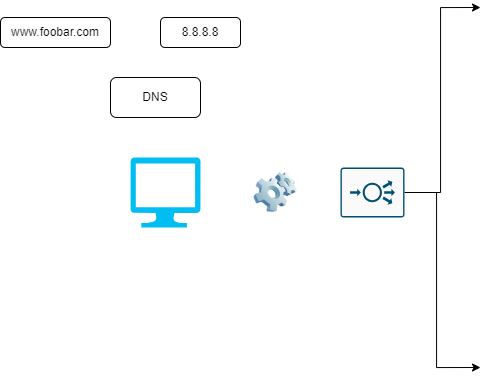
Before: 0x09-web_infrastructure_design/Distributed web infrastructure.Diagram.drawio.png, a diagram exported from draw.io (Michael-shambel/alx-system_engineering-devops). Source tidied: cells renumbered, new cells last; positions are measured from the earlier drawing's top-left corner, leaving out a move shared by most shapes. The source it was exported from:
```xml
<mxGraphModel>
  <root>
    <mxCell id="0" />
    <mxCell id="1" parent="0" />
    <mxCell id="2" value="8.8.8.8" style="rounded=1;whiteSpace=wrap;html=1;" parent="1" vertex="1">
      <mxGeometry x="160" y="10" width="80" height="30" as="geometry" />
    </mxCell>
    <mxCell id="3" style="edgeStyle=orthogonalEdgeStyle;rounded=0;jettySize=auto;html=1;exitX=0.5;exitY=1;exitDx=0;exitDy=0;" parent="1" edge="1" source="4">
      <mxGeometry relative="1" as="geometry">
        <mxPoint x="55.7" y="40" as="targetPoint" />
      </mxGeometry>
    </mxCell>
    <mxCell id="4" value="www.foobar.com" style="rounded=1;whiteSpace=wrap;html=1;" parent="1" vertex="1">
      <mxGeometry y="10" width="110" height="30" as="geometry" />
    </mxCell>
    <mxCell id="5" value="DNS" style="rounded=1;whiteSpace=wrap;html=1;" parent="1" vertex="1">
      <mxGeometry x="110" y="70" width="90" height="40" as="geometry" />
    </mxCell>
    <mxCell id="6" style="verticalLabelPosition=bottom;html=1;verticalAlign=top;align=center;strokeColor=none;fillColor=#00BEF2;shape=mxgraph.azure.computer;" parent="1" vertex="1">
      <mxGeometry x="130" y="150" width="70" height="70" as="geometry" />
    </mxCell>
    <mxCell id="7" style="image;html=1;image=img/lib/clip_art/computers/Software_128x128.png;" parent="1" vertex="1">
      <mxGeometry x="250" y="165" width="50" height="40" as="geometry" />
    </mxCell>
    <mxCell id="8" style="edgeStyle=orthogonalEdgeStyle;rounded=0;jettySize=auto;html=1;exitX=1;exitY=0.5;exitDx=0;exitDy=0;exitPerimeter=0;" parent="1" edge="1" source="10">
      <mxGeometry relative="1" as="geometry">
        <mxPoint x="480" as="targetPoint" />
        <Array as="points">
          <mxPoint x="440" y="185" />
          <mxPoint x="440" />
        </Array>
      </mxGeometry>
    </mxCell>
    <mxCell id="9" style="edgeStyle=orthogonalEdgeStyle;rounded=0;orthogonalLoop=1;jettySize=auto;html=1;exitX=1;exitY=0.5;exitDx=0;exitDy=0;exitPerimeter=0;" parent="1" edge="1">
      <mxGeometry relative="1" as="geometry">
        <mxPoint x="360" y="185" as="sourcePoint" />
        <mxPoint x="480" y="360" as="targetPoint" />
        <Array as="points">
          <mxPoint x="436" y="185" />
        </Array>
      </mxGeometry>
    </mxCell>
    <mxCell id="10" style="sketch=0;points=[[0.015,0.015,0],[0.985,0.015,0],[0.985,0.985,0],[0.015,0.985,0],[0.25,0,0],[0.5,0,0],[0.75,0,0],[1,0.25,0],[1,0.5,0],[1,0.75,0],[0.75,1,0],[0.5,1,0],[0.25,1,0],[0,0.75,0],[0,0.5,0],[0,0.25,0]];verticalLabelPosition=bottom;html=1;verticalAlign=top;align=center;shape=mxgraph.cisco19.rect;prIcon=load_balancer;fillColor=#FAFAFA;strokeColor=#005073;" parent="1" vertex="1">
      <mxGeometry x="340" y="160" width="64" height="50" as="geometry" />
    </mxCell>
  </root>
</mxGraphModel>
```
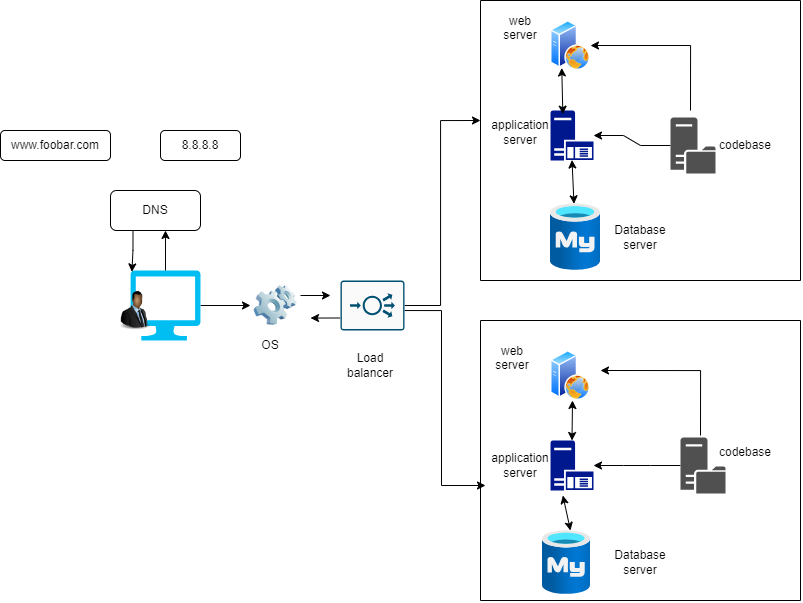
After the change.

Change to the diagram source:
```diff
@@ -16,32 +16,193 @@
     <mxCell id="5" value="DNS" style="rounded=1;whiteSpace=wrap;html=1;" parent="1" vertex="1">
       <mxGeometry x="110" y="70" width="90" height="40" as="geometry" />
     </mxCell>
+    <mxCell id="11" style="edgeStyle=orthogonalEdgeStyle;rounded=0;jettySize=auto;html=1;exitX=1;exitY=0.5;exitDx=0;exitDy=0;exitPerimeter=0;entryX=0;entryY=0.5;entryDx=0;entryDy=0;" parent="1" edge="1" source="6" target="7">
+      <mxGeometry relative="1" as="geometry" />
+    </mxCell>
     <mxCell id="6" style="verticalLabelPosition=bottom;html=1;verticalAlign=top;align=center;strokeColor=none;fillColor=#00BEF2;shape=mxgraph.azure.computer;" parent="1" vertex="1">
       <mxGeometry x="130" y="150" width="70" height="70" as="geometry" />
     </mxCell>
+    <mxCell id="12" style="edgeStyle=orthogonalEdgeStyle;rounded=0;jettySize=auto;html=1;exitX=1;exitY=0.25;exitDx=0;exitDy=0;" parent="1" edge="1" source="7">
+      <mxGeometry relative="1" as="geometry">
+        <mxPoint x="330" y="175" as="targetPoint" />
+      </mxGeometry>
+    </mxCell>
+    <mxCell id="8" style="edgeStyle=orthogonalEdgeStyle;rounded=0;jettySize=auto;html=1;exitX=1;exitY=0.5;exitDx=0;exitDy=0;exitPerimeter=0;" parent="1" edge="1" source="10">
+      <mxGeometry relative="1" as="geometry">
+        <mxPoint x="480" as="targetPoint" />
+        <Array as="points">
+          <mxPoint x="440" y="185" />
+          <mxPoint x="440" />
+        </Array>
+      </mxGeometry>
+    </mxCell>
     <mxCell id="7" style="image;html=1;image=img/lib/clip_art/computers/Software_128x128.png;" parent="1" vertex="1">
       <mxGeometry x="250" y="165" width="50" height="40" as="geometry" />
     </mxCell>
-    <mxCell id="8" style="edgeStyle=orthogonalEdgeStyle;rounded=0;jettySize=auto;html=1;exitX=1;exitY=0.5;exitDx=0;exitDy=0;exitPerimeter=0;" parent="1" edge="1" source="10">
-      <mxGeometry relative="1" as="geometry">
-        <mxPoint x="480" as="targetPoint" />
-        <Array as="points">
-          <mxPoint x="440" y="185" />
-          <mxPoint x="440" />
-        </Array>
-      </mxGeometry>
-    </mxCell>
     <mxCell id="9" style="edgeStyle=orthogonalEdgeStyle;rounded=0;orthogonalLoop=1;jettySize=auto;html=1;exitX=1;exitY=0.5;exitDx=0;exitDy=0;exitPerimeter=0;" parent="1" edge="1">
       <mxGeometry relative="1" as="geometry">
-        <mxPoint x="360" y="185" as="sourcePoint" />
-        <mxPoint x="480" y="360" as="targetPoint" />
+        <mxPoint x="365" y="190" as="sourcePoint" />
+        <mxPoint x="485" y="365" as="targetPoint" />
         <Array as="points">
-          <mxPoint x="436" y="185" />
+          <mxPoint x="441" y="190" />
         </Array>
       </mxGeometry>
     </mxCell>
+    <mxCell id="13" style="edgeStyle=orthogonalEdgeStyle;rounded=0;jettySize=auto;html=1;exitX=0;exitY=0.75;exitDx=0;exitDy=0;exitPerimeter=0;" parent="1" edge="1" source="10">
+      <mxGeometry relative="1" as="geometry">
+        <mxPoint x="310" y="197.7" as="targetPoint" />
+      </mxGeometry>
+    </mxCell>
     <mxCell id="10" style="sketch=0;points=[[0.015,0.015,0],[0.985,0.015,0],[0.985,0.985,0],[0.015,0.985,0],[0.25,0,0],[0.5,0,0],[0.75,0,0],[1,0.25,0],[1,0.5,0],[1,0.75,0],[0.75,1,0],[0.5,1,0],[0.25,1,0],[0,0.75,0],[0,0.5,0],[0,0.25,0]];verticalLabelPosition=bottom;html=1;verticalAlign=top;align=center;shape=mxgraph.cisco19.rect;prIcon=load_balancer;fillColor=#FAFAFA;strokeColor=#005073;" parent="1" vertex="1">
       <mxGeometry x="340" y="160" width="64" height="50" as="geometry" />
     </mxCell>
+    <mxCell id="14" style="endArrow=none;html=1;rounded=0;" parent="1" edge="1">
+      <mxGeometry relative="1" as="geometry">
+        <mxPoint x="480" y="160" as="sourcePoint" />
+        <mxPoint x="480" y="-120" as="targetPoint" />
+      </mxGeometry>
+    </mxCell>
+    <mxCell id="15" style="endArrow=none;html=1;rounded=0;" parent="1" edge="1">
+      <mxGeometry relative="1" as="geometry">
+        <mxPoint x="480" y="160" as="sourcePoint" />
+        <mxPoint x="800" y="160" as="targetPoint" />
+      </mxGeometry>
+    </mxCell>
+    <mxCell id="16" style="endArrow=none;html=1;rounded=0;" parent="1" edge="1">
+      <mxGeometry relative="1" as="geometry">
+        <mxPoint x="480" y="-120" as="sourcePoint" />
+        <mxPoint x="800" y="-120" as="targetPoint" />
+      </mxGeometry>
+    </mxCell>
+    <mxCell id="17" style="endArrow=none;html=1;rounded=0;" parent="1" edge="1">
+      <mxGeometry relative="1" as="geometry">
+        <mxPoint x="800" y="160" as="sourcePoint" />
+        <mxPoint x="800" y="-120" as="targetPoint" />
+      </mxGeometry>
+    </mxCell>
+    <mxCell id="18" style="endArrow=none;html=1;rounded=0;" parent="1" edge="1">
+      <mxGeometry relative="1" as="geometry">
+        <mxPoint x="480" y="200" as="sourcePoint" />
+        <mxPoint x="800" y="200" as="targetPoint" />
+      </mxGeometry>
+    </mxCell>
+    <mxCell id="19" style="endArrow=none;html=1;rounded=0;" parent="1" edge="1">
+      <mxGeometry relative="1" as="geometry">
+        <mxPoint x="480" y="480" as="sourcePoint" />
+        <mxPoint x="480" y="200" as="targetPoint" />
+      </mxGeometry>
+    </mxCell>
+    <mxCell id="20" style="endArrow=none;html=1;rounded=0;" parent="1" edge="1">
+      <mxGeometry relative="1" as="geometry">
+        <mxPoint x="480" y="480" as="sourcePoint" />
+        <mxPoint x="800" y="480" as="targetPoint" />
+      </mxGeometry>
+    </mxCell>
+    <mxCell id="21" style="endArrow=none;html=1;rounded=0;" parent="1" edge="1">
+      <mxGeometry relative="1" as="geometry">
+        <mxPoint x="800" y="480" as="sourcePoint" />
+        <mxPoint x="800" y="200" as="targetPoint" />
+      </mxGeometry>
+    </mxCell>
+    <mxCell id="22" style="edgeStyle=orthogonalEdgeStyle;rounded=0;jettySize=auto;html=1;exitX=1;exitY=0.5;exitDx=0;exitDy=0;entryX=1;entryY=0.5;entryDx=0;entryDy=0;" parent="1" edge="1" target="23">
+      <mxGeometry relative="1" as="geometry">
+        <mxPoint x="690" y="-10" as="sourcePoint" />
+        <Array as="points">
+          <mxPoint x="690" y="-75" />
+        </Array>
+      </mxGeometry>
+    </mxCell>
+    <mxCell id="23" style="image;perimeter=ellipsePerimeter;html=1;align=center;shadow=0;dashed=0;spacingTop=3;image=img/lib/active_directory/web_server.svg;" parent="1" vertex="1">
+      <mxGeometry x="550" y="-100" width="40" height="50" as="geometry" />
+    </mxCell>
+    <mxCell id="24" style="image;perimeter=ellipsePerimeter;html=1;align=center;shadow=0;dashed=0;spacingTop=3;image=img/lib/active_directory/web_server.svg;" parent="1" vertex="1">
+      <mxGeometry x="550" y="230" width="40" height="50" as="geometry" />
+    </mxCell>
+    <mxCell id="25" style="sketch=0;shadow=0;dashed=0;html=1;strokeColor=none;labelPosition=center;verticalLabelPosition=bottom;verticalAlign=top;align=center;fillColor=#00188D;shape=mxgraph.mscae.enterprise.application_server;" parent="1" vertex="1">
+      <mxGeometry x="550" y="-10" width="43" height="50" as="geometry" />
+    </mxCell>
+    <mxCell id="26" style="sketch=0;shadow=0;dashed=0;html=1;strokeColor=none;labelPosition=center;verticalLabelPosition=bottom;verticalAlign=top;align=center;fillColor=#00188D;shape=mxgraph.mscae.enterprise.application_server;" parent="1" vertex="1">
+      <mxGeometry x="550" y="320" width="43" height="50" as="geometry" />
+    </mxCell>
+    <mxCell id="27" style="image;html=1;points=[];align=center;fontSize=12;image=img/lib/azure2/databases/Azure_Database_MySQL_Server.svg;" parent="1" vertex="1">
+      <mxGeometry x="542" y="410" width="48" height="64" as="geometry" />
+    </mxCell>
+    <mxCell id="28" style="image;html=1;points=[];align=center;fontSize=12;image=img/lib/azure2/databases/Azure_Database_MySQL_Server.svg;" parent="1" vertex="1">
+      <mxGeometry x="550" y="83.3" width="50" height="66.7" as="geometry" />
+    </mxCell>
+    <mxCell id="29" style="edgeStyle=entityRelationEdgeStyle;rounded=0;jettySize=auto;html=1;" parent="1" edge="1" source="30" target="25">
+      <mxGeometry relative="1" as="geometry" />
+    </mxCell>
+    <mxCell id="30" style="sketch=0;shadow=0;dashed=0;html=1;strokeColor=none;fillColor=#505050;labelPosition=center;verticalLabelPosition=bottom;verticalAlign=top;outlineConnect=0;align=center;shape=mxgraph.office.servers.file_server;" parent="1" vertex="1">
+      <mxGeometry x="670" y="-3" width="45" height="56" as="geometry" />
+    </mxCell>
+    <mxCell id="31" style="edgeStyle=entityRelationEdgeStyle;rounded=0;jettySize=auto;html=1;" parent="1" edge="1" source="32" target="26">
+      <mxGeometry relative="1" as="geometry" />
+    </mxCell>
+    <mxCell id="32" style="sketch=0;shadow=0;dashed=0;html=1;strokeColor=none;fillColor=#505050;labelPosition=center;verticalLabelPosition=bottom;verticalAlign=top;outlineConnect=0;align=center;shape=mxgraph.office.servers.file_server;" parent="1" vertex="1">
+      <mxGeometry x="680" y="317" width="45" height="56" as="geometry" />
+    </mxCell>
+    <mxCell id="33" style="edgeStyle=orthogonalEdgeStyle;rounded=0;jettySize=auto;html=1;exitX=0.25;exitY=1;exitDx=0;exitDy=0;entryX=0.02;entryY=0.02;entryDx=0;entryDy=0;entryPerimeter=0;" parent="1" edge="1" source="5" target="6">
+      <mxGeometry relative="1" as="geometry" />
+    </mxCell>
+    <mxCell id="34" style="edgeStyle=orthogonalEdgeStyle;rounded=0;jettySize=auto;html=1;exitX=0.5;exitY=0;exitDx=0;exitDy=0;exitPerimeter=0;entryX=0.611;entryY=1;entryDx=0;entryDy=0;entryPerimeter=0;" parent="1" edge="1" source="6" target="5">
+      <mxGeometry relative="1" as="geometry" />
+    </mxCell>
+    <mxCell id="35" style="endArrow=classic;startArrow=classic;html=1;rounded=0;entryX=0.25;entryY=1;entryDx=0;entryDy=0;exitX=0.287;exitY=0.073;exitDx=0;exitDy=0;exitPerimeter=0;" parent="1" edge="1" source="25" target="23">
+      <mxGeometry relative="1" as="geometry" />
+    </mxCell>
+    <mxCell id="36" style="endArrow=classic;startArrow=classic;html=1;rounded=0;entryX=0.5;entryY=0.99;entryDx=0;entryDy=0;entryPerimeter=0;" parent="1" edge="1" source="28" target="25">
+      <mxGeometry relative="1" as="geometry" />
+    </mxCell>
+    <mxCell id="37" style="endArrow=classic;startArrow=classic;html=1;rounded=0;entryX=0.5;entryY=0;entryDx=0;entryDy=0;entryPerimeter=0;" parent="1" edge="1" target="26">
+      <mxGeometry relative="1" as="geometry">
+        <mxPoint x="572" y="280" as="sourcePoint" />
+      </mxGeometry>
+    </mxCell>
+    <mxCell id="38" style="edgeStyle=orthogonalEdgeStyle;rounded=0;orthogonalLoop=1;jettySize=auto;html=1;exitX=1;exitY=0.5;exitDx=0;exitDy=0;entryX=1;entryY=0.5;entryDx=0;entryDy=0;" parent="1" edge="1">
+      <mxGeometry relative="1" as="geometry">
+        <mxPoint x="700" y="315" as="sourcePoint" />
+        <mxPoint x="600" y="250" as="targetPoint" />
+        <Array as="points">
+          <mxPoint x="700" y="250" />
+        </Array>
+      </mxGeometry>
+    </mxCell>
+    <mxCell id="39" style="endArrow=classic;startArrow=classic;html=1;rounded=0;entryX=0.583;entryY=0;entryDx=0;entryDy=0;entryPerimeter=0;exitX=0.287;exitY=1.1;exitDx=0;exitDy=0;exitPerimeter=0;" parent="1" edge="1" source="26" target="27">
+      <mxGeometry relative="1" as="geometry" />
+    </mxCell>
+    <mxCell id="40" value="OS" style="text;html=1;align=center;verticalAlign=middle;whiteSpace=wrap;rounded=0;" parent="1" vertex="1">
+      <mxGeometry x="240" y="210" width="60" height="30" as="geometry" />
+    </mxCell>
+    <mxCell id="41" value="Load balancer" style="text;html=1;align=center;verticalAlign=middle;whiteSpace=wrap;rounded=0;" parent="1" vertex="1">
+      <mxGeometry x="340" y="230" width="60" height="30" as="geometry" />
+    </mxCell>
+    <mxCell id="42" style="image;html=1;image=img/lib/clip_art/people/Suit_Man_Black_128x128.png;" parent="1" vertex="1">
+      <mxGeometry x="110" y="170" width="50" height="40" as="geometry" />
+    </mxCell>
+    <mxCell id="43" value="web &lt;br&gt;server&lt;div&gt;&lt;br/&gt;&lt;/div&gt;" style="text;html=1;align=center;verticalAlign=middle;whiteSpace=wrap;rounded=0;" parent="1" vertex="1">
+      <mxGeometry x="490" y="-100" width="60" height="30" as="geometry" />
+    </mxCell>
+    <mxCell id="44" value="application server" style="text;html=1;align=center;verticalAlign=middle;whiteSpace=wrap;rounded=0;" parent="1" vertex="1">
+      <mxGeometry x="490" y="-3" width="60" height="30" as="geometry" />
+    </mxCell>
+    <mxCell id="45" value="Database&lt;br&gt;server" style="text;html=1;align=center;verticalAlign=middle;whiteSpace=wrap;rounded=0;" parent="1" vertex="1">
+      <mxGeometry x="610" y="101.7" width="60" height="30" as="geometry" />
+    </mxCell>
+    <mxCell id="46" value="Database&lt;br&gt;server" style="text;html=1;align=center;verticalAlign=middle;whiteSpace=wrap;rounded=0;" parent="1" vertex="1">
+      <mxGeometry x="610" y="427" width="60" height="30" as="geometry" />
+    </mxCell>
+    <mxCell id="47" value="application server" style="text;html=1;align=center;verticalAlign=middle;whiteSpace=wrap;rounded=0;" parent="1" vertex="1">
+      <mxGeometry x="490" y="330" width="60" height="30" as="geometry" />
+    </mxCell>
+    <mxCell id="48" value="web &lt;br&gt;server&lt;div&gt;&lt;br/&gt;&lt;/div&gt;" style="text;html=1;align=center;verticalAlign=middle;whiteSpace=wrap;rounded=0;" parent="1" vertex="1">
+      <mxGeometry x="482" y="230" width="60" height="30" as="geometry" />
+    </mxCell>
+    <mxCell id="49" value="codebase" style="text;html=1;align=center;verticalAlign=middle;whiteSpace=wrap;rounded=0;" parent="1" vertex="1">
+      <mxGeometry x="715" y="10" width="60" height="30" as="geometry" />
+    </mxCell>
+    <mxCell id="50" value="codebase" style="text;html=1;align=center;verticalAlign=middle;whiteSpace=wrap;rounded=0;" parent="1" vertex="1">
+      <mxGeometry x="715" y="317" width="60" height="30" as="geometry" />
+    </mxCell>
   </root>
 </mxGraphModel>
```
